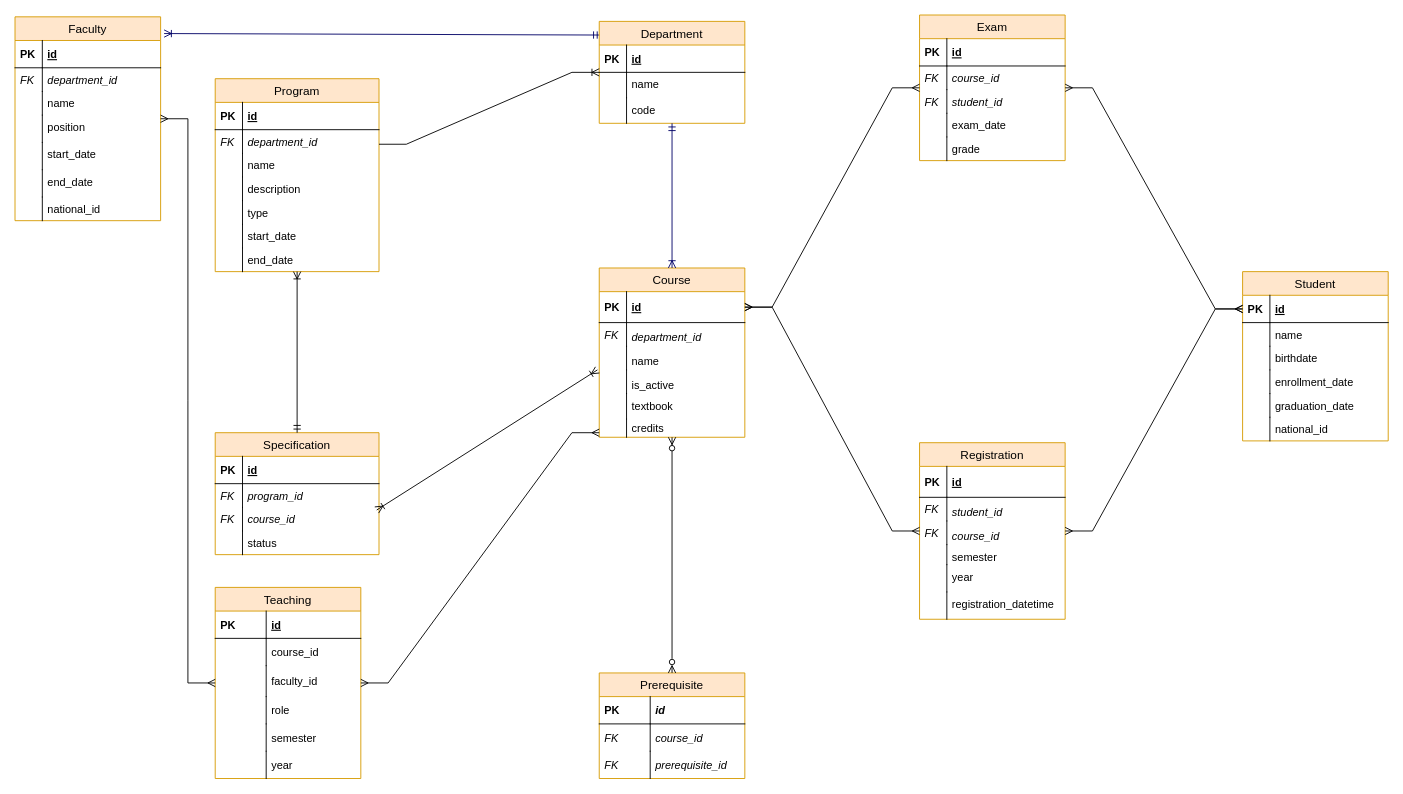
The draw.io diagram 1-setup/schema/University-DB-ER-model.drawio in Baeldung/sql-tutorials, before the edit. Source tidied: cells renumbered, new cells numbered last; positions are measured from the earlier drawing's top-left corner, leaving out a move shared by most shapes. Both pictures are drawn from the tidied source at 91%, with x=0, y=0 at pixel (15, 15).
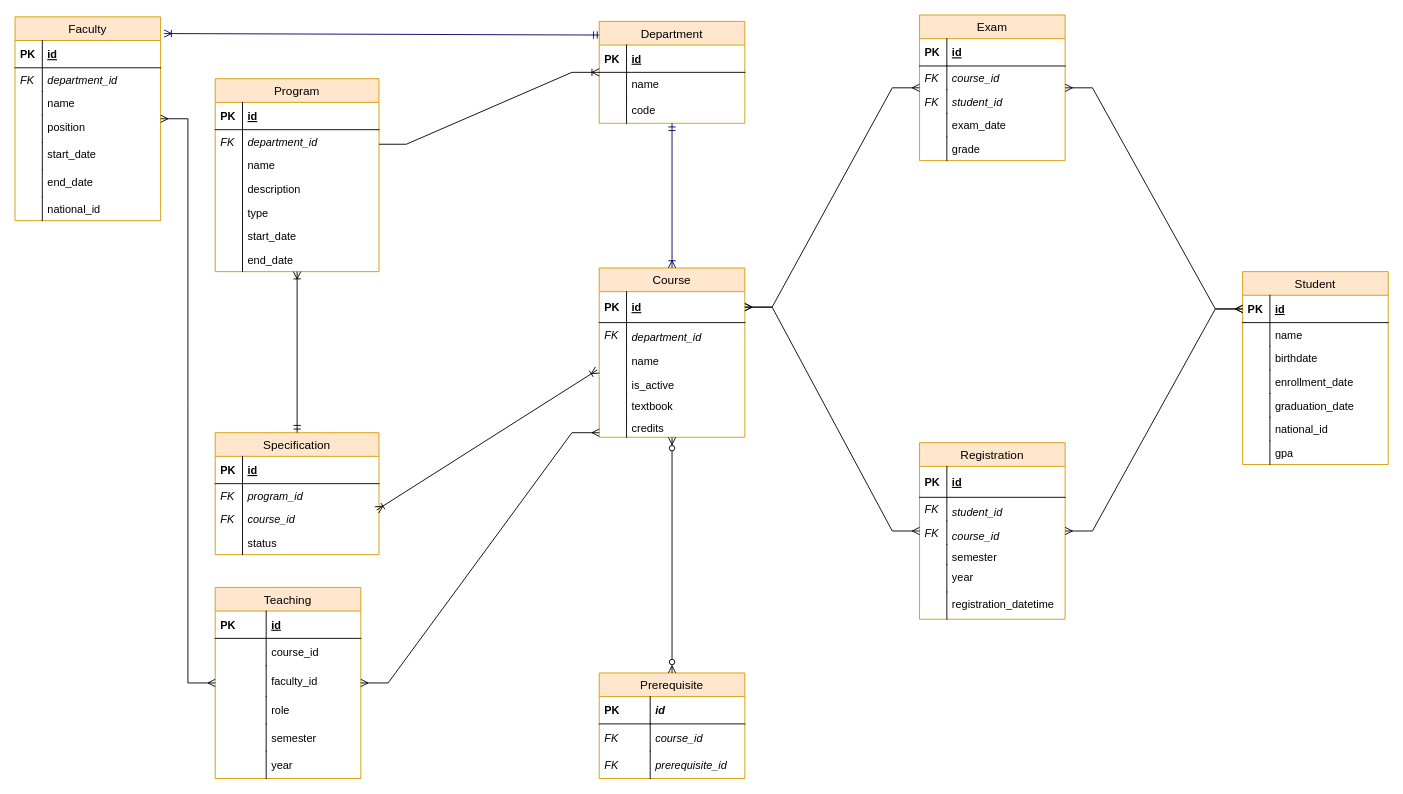
The same diagram, later.

What changed in the source:
```diff
@@
     <mxCell id="38" value="Student" style="swimlane;fontStyle=0;horizontal=1;startSize=26;fillColor=#ffe6cc;swimlaneFillColor=#ffffff;align=center;strokeWidth=1;fontSize=13;strokeColor=#d79b00;" parent="1" vertex="1">
-      <mxGeometry x="1349" y="282" width="160" height="186" as="geometry" />
+      <mxGeometry x="1349" y="282" width="160" height="212" as="geometry" />
     </mxCell>
@@
+    <mxCell id="131" value="gpa" style="shape=partialRectangle;top=0;left=0;right=0;bottom=0;align=left;verticalAlign=top;fillColor=none;spacingLeft=34;spacingRight=4;overflow=hidden;fontStyle=0;" parent="38" vertex="1">
+      <mxGeometry y="186" width="160" height="26" as="geometry" />
+    </mxCell>
+    <mxCell id="132" style="shape=partialRectangle;top=0;left=0;bottom=0;fillColor=none;align=left;verticalAlign=top;spacingLeft=4;spacingRight=4;overflow=hidden;fontStyle=2;" parent="131" vertex="1">
+      <mxGeometry width="30" height="26" as="geometry" />
+    </mxCell>
```
